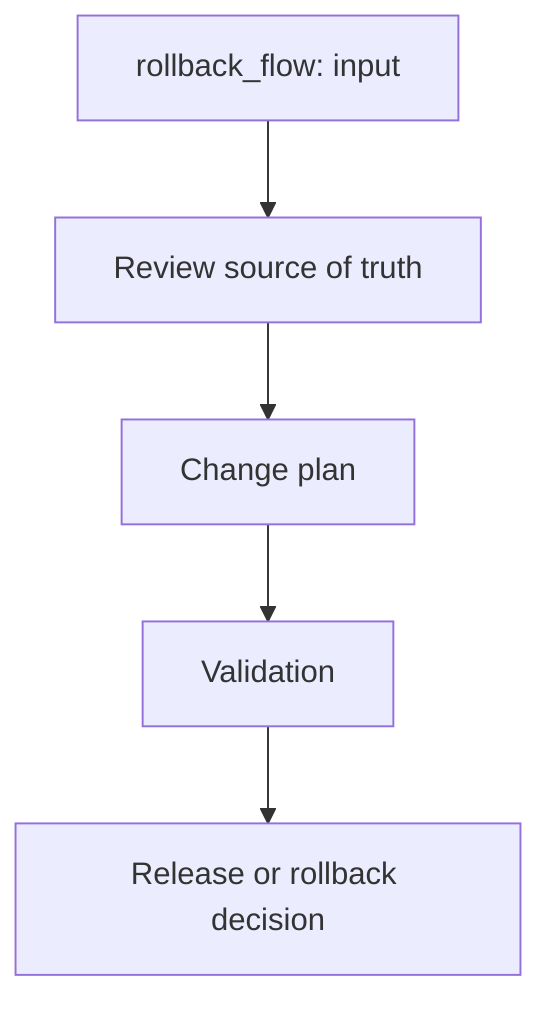
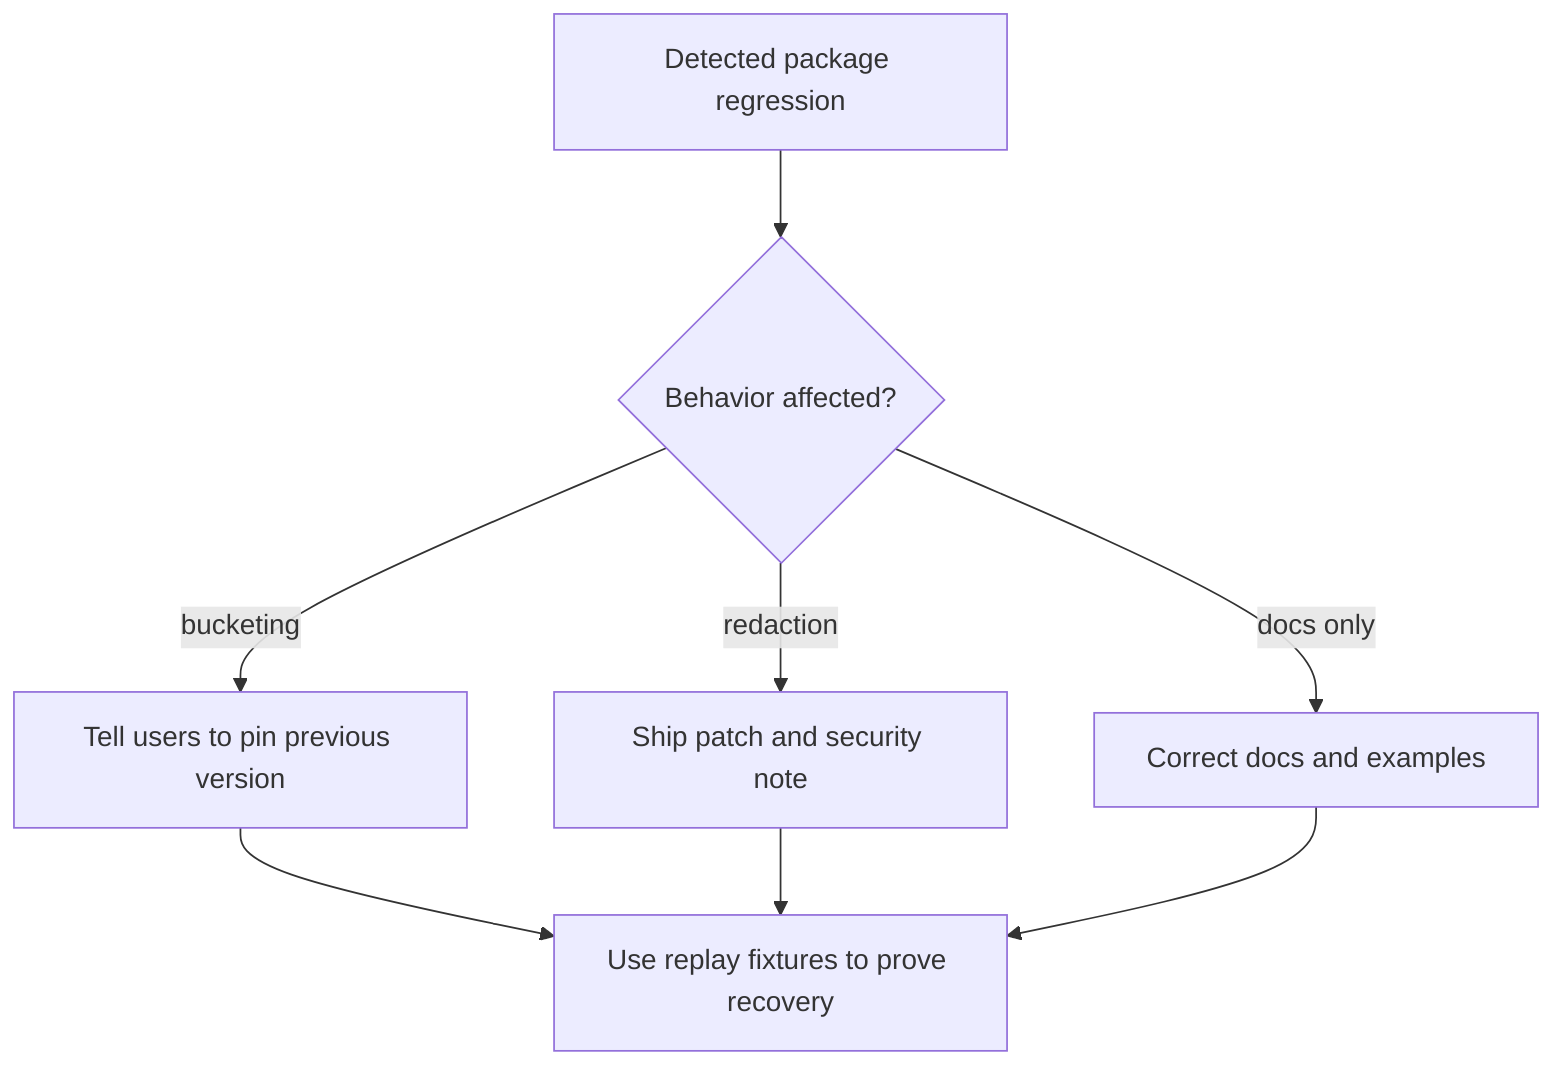
flowchart TD
-   A["rollback_flow: input"] --> B["Review source of truth"]
-   B --> C["Change plan"]
-   C --> D["Validation"]
-   D --> E["Release or rollback decision"]
+   Regression["Detected package regression"] --> Classify{"Behavior affected?"}
+   Classify -- bucketing --> Pin["Tell users to pin previous version"]
+   Classify -- redaction --> Patch["Ship patch and security note"]
+   Classify -- docs only --> Docs["Correct docs and examples"]
+   Pin --> Replay["Use replay fixtures to prove recovery"]
+   Patch --> Replay
+   Docs --> Replay
